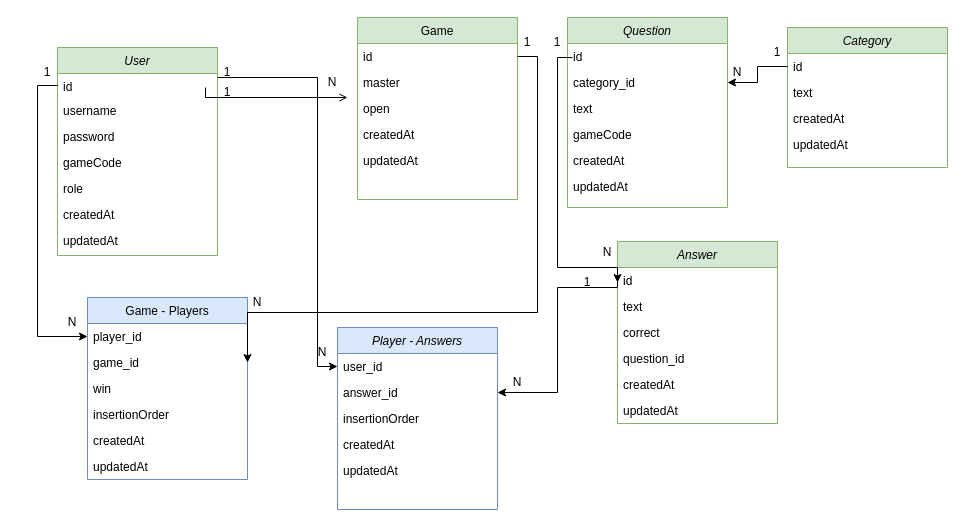
The draw.io diagram quizAppERSchema.drawio in peaceAndCode/QuizzApp, before the edit. Source tidied: cells renumbered, new cells numbered last; positions are measured from the earlier drawing's top-left corner, leaving out a move shared by most shapes. Both pictures are drawn from the tidied source at 100%, with x=0, y=0 at pixel (17, 17).
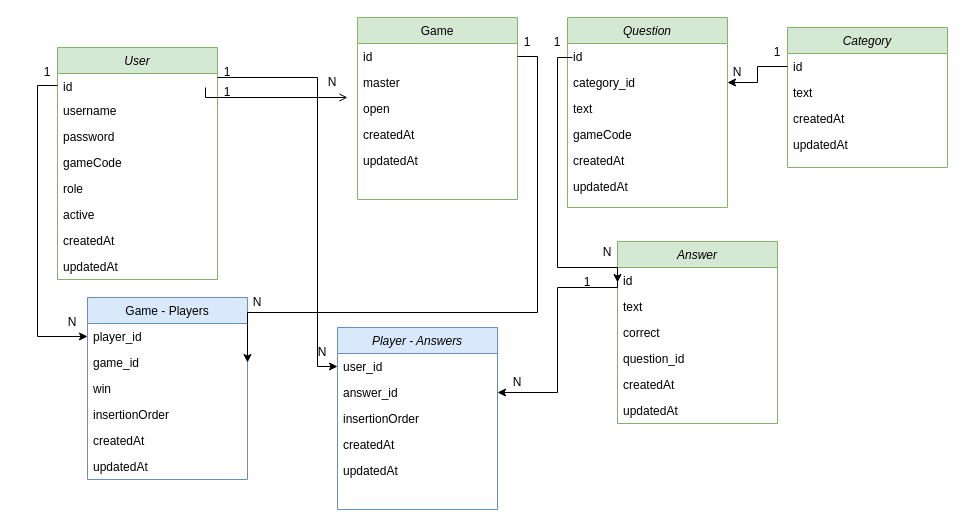
After the change.

Diff of the diagram source:
```diff
@@
     <mxCell id="2" value="User" style="swimlane;fontStyle=2;align=center;verticalAlign=top;horizontal=1;startSize=26;rounded=0;shadow=0;strokeWidth=1;fillColor=#d5e8d4;strokeColor=#82b366;" parent="1" vertex="1">
-      <mxGeometry x="40" y="30" width="160" height="208" as="geometry" />
+      <mxGeometry x="40" y="30" width="160" height="232" as="geometry" />
     </mxCell>
@@
+    <mxCell id="69" value="active" style="text;align=left;verticalAlign=top;spacingLeft=4;spacingRight=4;overflow=hidden;rounded=0;shadow=0;html=0;" parent="2" vertex="1">
+      <mxGeometry y="154" width="160" height="26" as="geometry" />
+    </mxCell>
     <mxCell id="8" value="createdAt" style="text;align=left;verticalAlign=top;spacingLeft=4;spacingRight=4;overflow=hidden;rounded=0;shadow=0;html=0;" parent="2" vertex="1">
-      <mxGeometry y="154" width="160" height="26" as="geometry" />
+      <mxGeometry y="180" width="160" height="26" as="geometry" />
     </mxCell>
     <mxCell id="9" value="updatedAt" style="text;align=left;verticalAlign=top;spacingLeft=4;spacingRight=4;overflow=hidden;rounded=0;shadow=0;html=0;" parent="2" vertex="1">
-      <mxGeometry y="180" width="160" height="26" as="geometry" />
+      <mxGeometry y="206" width="160" height="26" as="geometry" />
     </mxCell>
```
